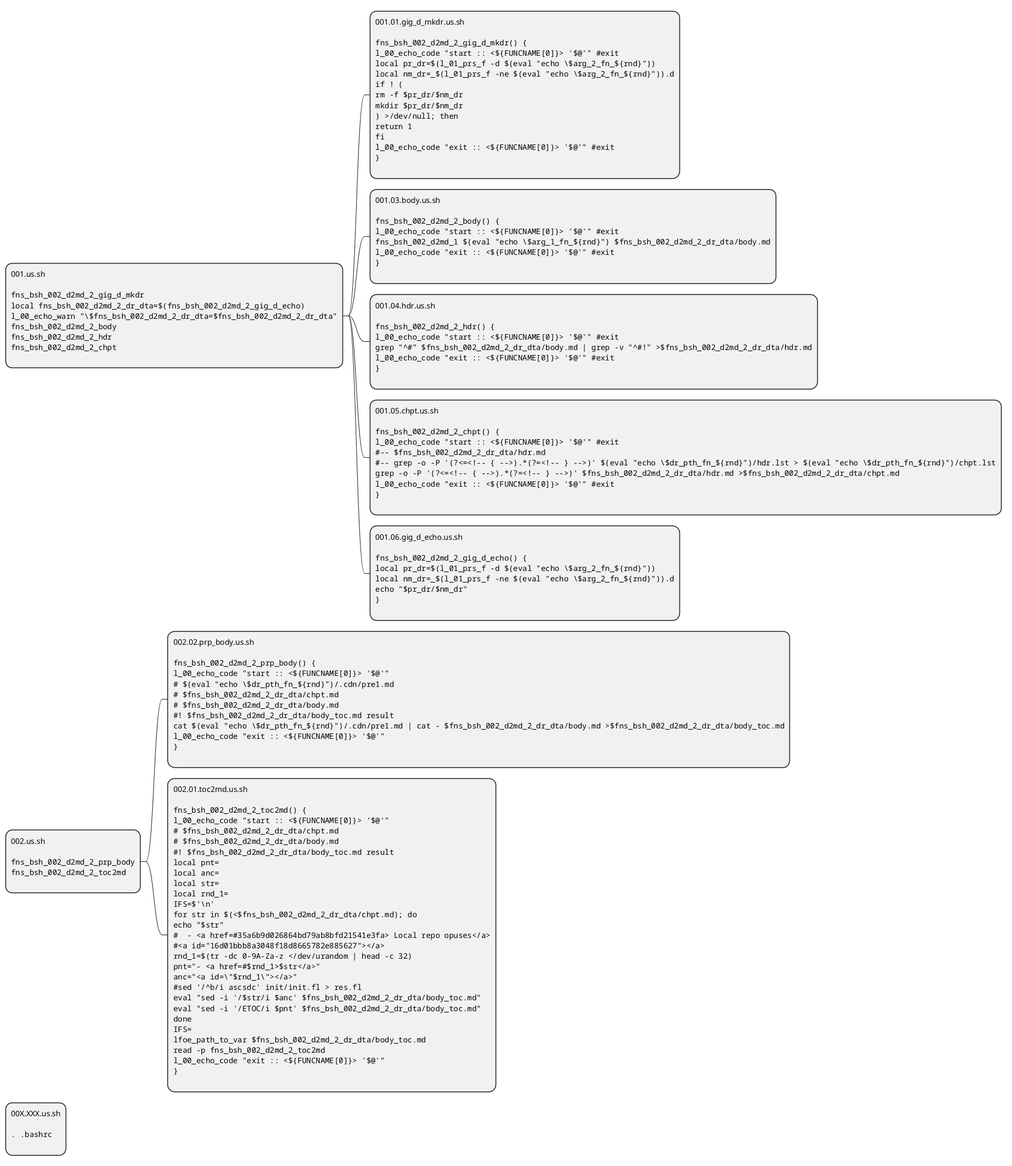
legioner9/fns_bsh keeps this PlantUML diagram as .d/.sh/.lib.sh/.fns_bsh_002.lib.fnsh/fns_bsh_002_d2md_2.fnsh/.g.flw/flw_this.puml.png. Above is the earlier version. Its diagram source:
```plantuml
@startmindmap
*:001.us.sh

<code>
	fns_bsh_002_d2md_2_gig_d_mkdr

	local fns_bsh_002_d2md_2_dr_dta=$(fns_bsh_002_d2md_2_gig_d_echo)

	l_00_echo_warn "\$fns_bsh_002_d2md_2_dr_dta=$fns_bsh_002_d2md_2_dr_dta"

	fns_bsh_002_d2md_2_body
	fns_bsh_002_d2md_2_hdr
	fns_bsh_002_d2md_2_chpt
</code>
;
**:001.01.gig_d_mkdr.us.sh

<code>
	fns_bsh_002_d2md_2_gig_d_mkdr() {

		l_00_echo_code "start :: <${FUNCNAME[0]}> '$@'" #exit
		local pr_dr=$(l_01_prs_f -d $(eval "echo \$arg_2_fn_${rnd}"))
		local nm_dr=_$(l_01_prs_f -ne $(eval "echo \$arg_2_fn_${rnd}")).d

		if ! (
			rm -f $pr_dr/$nm_dr
			mkdir $pr_dr/$nm_dr
		) >/dev/null; then
			return 1
		fi
		l_00_echo_code "exit :: <${FUNCNAME[0]}> '$@'" #exit
	}
</code>
;
**:001.03.body.us.sh

<code>
	fns_bsh_002_d2md_2_body() {
		l_00_echo_code "start :: <${FUNCNAME[0]}> '$@'" #exit
		fns_bsh_002_d2md_1 $(eval "echo \$arg_1_fn_${rnd}") $fns_bsh_002_d2md_2_dr_dta/body.md
		l_00_echo_code "exit :: <${FUNCNAME[0]}> '$@'" #exit
	}
</code>
;
**:001.04.hdr.us.sh

<code>
	fns_bsh_002_d2md_2_hdr() {
		l_00_echo_code "start :: <${FUNCNAME[0]}> '$@'" #exit
		grep "^#" $fns_bsh_002_d2md_2_dr_dta/body.md | grep -v "^#!" >$fns_bsh_002_d2md_2_dr_dta/hdr.md
		l_00_echo_code "exit :: <${FUNCNAME[0]}> '$@'" #exit
	}
</code>
;
**:001.05.chpt.us.sh

<code>
	fns_bsh_002_d2md_2_chpt() {
		l_00_echo_code "start :: <${FUNCNAME[0]}> '$@'" #exit
		#-- $fns_bsh_002_d2md_2_dr_dta/hdr.md
		#-- grep -o -P '(?<=<!-- { -->).*(?=<!-- } -->)' $(eval "echo \$dr_pth_fn_${rnd}")/hdr.lst > $(eval "echo \$dr_pth_fn_${rnd}")/chpt.lst

		grep -o -P '(?<=<!-- { -->).*(?=<!-- } -->)' $fns_bsh_002_d2md_2_dr_dta/hdr.md >$fns_bsh_002_d2md_2_dr_dta/chpt.md
		l_00_echo_code "exit :: <${FUNCNAME[0]}> '$@'" #exit
	}
</code>
;
**:001.06.gig_d_echo.us.sh

<code>
	fns_bsh_002_d2md_2_gig_d_echo() {
		local pr_dr=$(l_01_prs_f -d $(eval "echo \$arg_2_fn_${rnd}"))
		local nm_dr=_$(l_01_prs_f -ne $(eval "echo \$arg_2_fn_${rnd}")).d

		echo "$pr_dr/$nm_dr"
	}
</code>
;
*:002.us.sh

<code>

fns_bsh_002_d2md_2_prp_body
fns_bsh_002_d2md_2_toc2md

</code>
;
**:002.02.prp_body.us.sh

<code>
	fns_bsh_002_d2md_2_prp_body() {

		l_00_echo_code "start :: <${FUNCNAME[0]}> '$@'"
		# $(eval "echo \$dr_pth_fn_${rnd}")/.cdn/pre1.md
		# $fns_bsh_002_d2md_2_dr_dta/chpt.md
		# $fns_bsh_002_d2md_2_dr_dta/body.md
		#! $fns_bsh_002_d2md_2_dr_dta/body_toc.md result
		cat $(eval "echo \$dr_pth_fn_${rnd}")/.cdn/pre1.md | cat - $fns_bsh_002_d2md_2_dr_dta/body.md >$fns_bsh_002_d2md_2_dr_dta/body_toc.md

		l_00_echo_code "exit :: <${FUNCNAME[0]}> '$@'"
	}
</code>
;
**:002.01.toc2md.us.sh

<code>
	fns_bsh_002_d2md_2_toc2md() {
		l_00_echo_code "start :: <${FUNCNAME[0]}> '$@'"

		# $fns_bsh_002_d2md_2_dr_dta/chpt.md
		# $fns_bsh_002_d2md_2_dr_dta/body.md
		#! $fns_bsh_002_d2md_2_dr_dta/body_toc.md result
		local pnt=
		local anc=
		local str=
		local rnd_1=

		IFS=$'\n'
		for str in $(<$fns_bsh_002_d2md_2_dr_dta/chpt.md); do
			echo "$str"
			#  - <a href=#35a6b9d026864bd79ab8bfd21541e3fa> Local repo opuses</a>
			#<a id="16d01bbb8a3048f18d8665782e885627"></a>
			rnd_1=$(tr -dc 0-9A-Za-z </dev/urandom | head -c 32)
			pnt="- <a href=#$rnd_1>$str</a>"
			anc="<a id=\"$rnd_1\"></a>"
			#sed '/^b/i ascsdc' init/init.fl > res.fl

			eval "sed -i '/$str/i $anc' $fns_bsh_002_d2md_2_dr_dta/body_toc.md"
			eval "sed -i '/ETOC/i $pnt' $fns_bsh_002_d2md_2_dr_dta/body_toc.md"



		done
		IFS=

		lfoe_path_to_var $fns_bsh_002_d2md_2_dr_dta/body_toc.md
		read -p fns_bsh_002_d2md_2_toc2md
		l_00_echo_code "exit :: <${FUNCNAME[0]}> '$@'"
	}
</code>
;
*:00X.XXX.us.sh

<code>
. .bashrc
</code>
;
@endmindmap
```
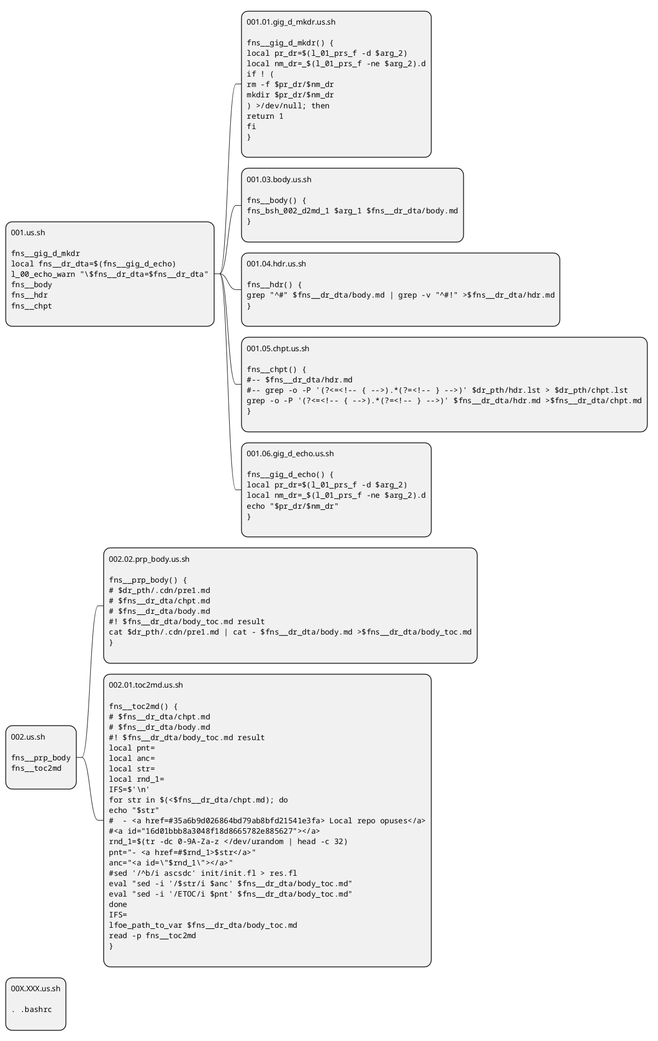
After the commit.

Diff of the diagram source:
```diff
@@ -2,25 +2,24 @@
 *:001.us.sh
 
 <code>
-	fns_bsh_002_d2md_2_gig_d_mkdr
+	fns__gig_d_mkdr
 
-	local fns_bsh_002_d2md_2_dr_dta=$(fns_bsh_002_d2md_2_gig_d_echo)
+	local fns__dr_dta=$(fns__gig_d_echo)
 
-	l_00_echo_warn "\$fns_bsh_002_d2md_2_dr_dta=$fns_bsh_002_d2md_2_dr_dta"
+	l_00_echo_warn "\$fns__dr_dta=$fns__dr_dta"
 
-	fns_bsh_002_d2md_2_body
-	fns_bsh_002_d2md_2_hdr
-	fns_bsh_002_d2md_2_chpt
+	fns__body
+	fns__hdr
+	fns__chpt
 </code>
 ;
 **:001.01.gig_d_mkdr.us.sh
 
 <code>
-	fns_bsh_002_d2md_2_gig_d_mkdr() {
+	fns__gig_d_mkdr() {
 
-		l_00_echo_code "start :: <${FUNCNAME[0]}> '$@'" #exit
-		local pr_dr=$(l_01_prs_f -d $(eval "echo \$arg_2_fn_${rnd}"))
-		local nm_dr=_$(l_01_prs_f -ne $(eval "echo \$arg_2_fn_${rnd}")).d
+		local pr_dr=$(l_01_prs_f -d $arg_2)
+		local nm_dr=_$(l_01_prs_f -ne $arg_2).d
 
 		if ! (
 			rm -f $pr_dr/$nm_dr
@@ -28,49 +27,42 @@
 		) >/dev/null; then
 			return 1
 		fi
-		l_00_echo_code "exit :: <${FUNCNAME[0]}> '$@'" #exit
 	}
 </code>
 ;
 **:001.03.body.us.sh
 
 <code>
-	fns_bsh_002_d2md_2_body() {
-		l_00_echo_code "start :: <${FUNCNAME[0]}> '$@'" #exit
-		fns_bsh_002_d2md_1 $(eval "echo \$arg_1_fn_${rnd}") $fns_bsh_002_d2md_2_dr_dta/body.md
-		l_00_echo_code "exit :: <${FUNCNAME[0]}> '$@'" #exit
+	fns__body() {
+		fns_bsh_002_d2md_1 $arg_1 $fns__dr_dta/body.md
 	}
 </code>
 ;
 **:001.04.hdr.us.sh
 
 <code>
-	fns_bsh_002_d2md_2_hdr() {
-		l_00_echo_code "start :: <${FUNCNAME[0]}> '$@'" #exit
-		grep "^#" $fns_bsh_002_d2md_2_dr_dta/body.md | grep -v "^#!" >$fns_bsh_002_d2md_2_dr_dta/hdr.md
-		l_00_echo_code "exit :: <${FUNCNAME[0]}> '$@'" #exit
+	fns__hdr() {
+		grep "^#" $fns__dr_dta/body.md | grep -v "^#!" >$fns__dr_dta/hdr.md
 	}
 </code>
 ;
 **:001.05.chpt.us.sh
 
 <code>
-	fns_bsh_002_d2md_2_chpt() {
-		l_00_echo_code "start :: <${FUNCNAME[0]}> '$@'" #exit
-		#-- $fns_bsh_002_d2md_2_dr_dta/hdr.md
-		#-- grep -o -P '(?<=<!-- { -->).*(?=<!-- } -->)' $(eval "echo \$dr_pth_fn_${rnd}")/hdr.lst > $(eval "echo \$dr_pth_fn_${rnd}")/chpt.lst
+	fns__chpt() {
+		#-- $fns__dr_dta/hdr.md
+		#-- grep -o -P '(?<=<!-- { -->).*(?=<!-- } -->)' $dr_pth/hdr.lst > $dr_pth/chpt.lst
 
-		grep -o -P '(?<=<!-- { -->).*(?=<!-- } -->)' $fns_bsh_002_d2md_2_dr_dta/hdr.md >$fns_bsh_002_d2md_2_dr_dta/chpt.md
-		l_00_echo_code "exit :: <${FUNCNAME[0]}> '$@'" #exit
+		grep -o -P '(?<=<!-- { -->).*(?=<!-- } -->)' $fns__dr_dta/hdr.md >$fns__dr_dta/chpt.md
 	}
 </code>
 ;
 **:001.06.gig_d_echo.us.sh
 
 <code>
-	fns_bsh_002_d2md_2_gig_d_echo() {
-		local pr_dr=$(l_01_prs_f -d $(eval "echo \$arg_2_fn_${rnd}"))
-		local nm_dr=_$(l_01_prs_f -ne $(eval "echo \$arg_2_fn_${rnd}")).d
+	fns__gig_d_echo() {
+		local pr_dr=$(l_01_prs_f -d $arg_2)
+		local nm_dr=_$(l_01_prs_f -ne $arg_2).d
 
 		echo "$pr_dr/$nm_dr"
 	}
@@ -80,43 +72,40 @@
 
 <code>
 
-fns_bsh_002_d2md_2_prp_body
-fns_bsh_002_d2md_2_toc2md
+fns__prp_body
+fns__toc2md
 
 </code>
 ;
 **:002.02.prp_body.us.sh
 
 <code>
-	fns_bsh_002_d2md_2_prp_body() {
+	fns__prp_body() {
 
-		l_00_echo_code "start :: <${FUNCNAME[0]}> '$@'"
-		# $(eval "echo \$dr_pth_fn_${rnd}")/.cdn/pre1.md
-		# $fns_bsh_002_d2md_2_dr_dta/chpt.md
-		# $fns_bsh_002_d2md_2_dr_dta/body.md
-		#! $fns_bsh_002_d2md_2_dr_dta/body_toc.md result
-		cat $(eval "echo \$dr_pth_fn_${rnd}")/.cdn/pre1.md | cat - $fns_bsh_002_d2md_2_dr_dta/body.md >$fns_bsh_002_d2md_2_dr_dta/body_toc.md
+		# $dr_pth/.cdn/pre1.md
+		# $fns__dr_dta/chpt.md
+		# $fns__dr_dta/body.md
+		#! $fns__dr_dta/body_toc.md result
+		cat $dr_pth/.cdn/pre1.md | cat - $fns__dr_dta/body.md >$fns__dr_dta/body_toc.md
 
-		l_00_echo_code "exit :: <${FUNCNAME[0]}> '$@'"
 	}
 </code>
 ;
 **:002.01.toc2md.us.sh
 
 <code>
-	fns_bsh_002_d2md_2_toc2md() {
-		l_00_echo_code "start :: <${FUNCNAME[0]}> '$@'"
+	fns__toc2md() {
 
-		# $fns_bsh_002_d2md_2_dr_dta/chpt.md
-		# $fns_bsh_002_d2md_2_dr_dta/body.md
-		#! $fns_bsh_002_d2md_2_dr_dta/body_toc.md result
+		# $fns__dr_dta/chpt.md
+		# $fns__dr_dta/body.md
+		#! $fns__dr_dta/body_toc.md result
 		local pnt=
 		local anc=
 		local str=
 		local rnd_1=
 
 		IFS=$'\n'
-		for str in $(<$fns_bsh_002_d2md_2_dr_dta/chpt.md); do
+		for str in $(<$fns__dr_dta/chpt.md); do
 			echo "$str"
 			#  - <a href=#35a6b9d026864bd79ab8bfd21541e3fa> Local repo opuses</a>
 			#<a id="16d01bbb8a3048f18d8665782e885627"></a>
@@ -125,17 +114,16 @@
 			anc="<a id=\"$rnd_1\"></a>"
 			#sed '/^b/i ascsdc' init/init.fl > res.fl
 
-			eval "sed -i '/$str/i $anc' $fns_bsh_002_d2md_2_dr_dta/body_toc.md"
-			eval "sed -i '/ETOC/i $pnt' $fns_bsh_002_d2md_2_dr_dta/body_toc.md"
+			eval "sed -i '/$str/i $anc' $fns__dr_dta/body_toc.md"
+			eval "sed -i '/ETOC/i $pnt' $fns__dr_dta/body_toc.md"
 
 
 
 		done
 		IFS=
 
-		lfoe_path_to_var $fns_bsh_002_d2md_2_dr_dta/body_toc.md
-		read -p fns_bsh_002_d2md_2_toc2md
-		l_00_echo_code "exit :: <${FUNCNAME[0]}> '$@'"
+		lfoe_path_to_var $fns__dr_dta/body_toc.md
+		read -p fns__toc2md
 	}
 </code>
 ;
```
